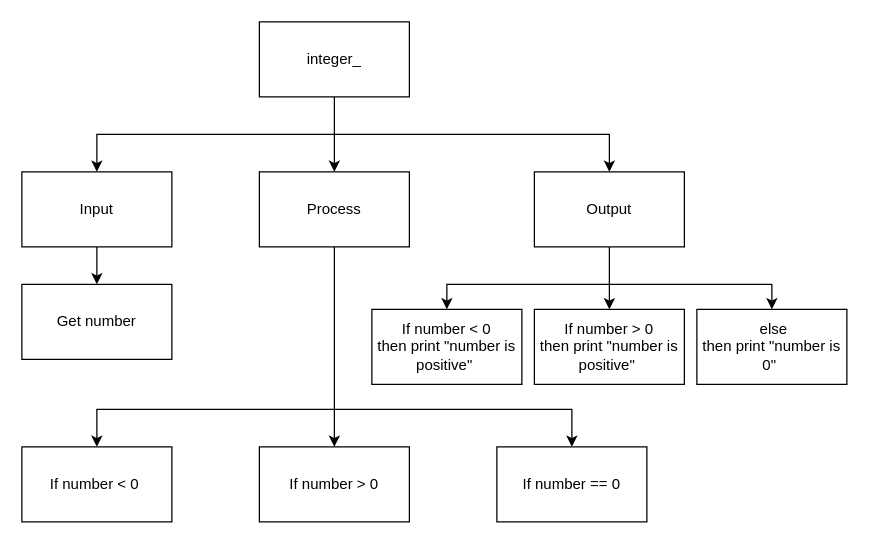
Above: topdown.drawio in Peter-Gemmell/ICS3U-Unit3-04-Python (draw.io), before the change. Source tidied: cells renumbered, new cells numbered last; positions are measured from the earlier drawing's top-left corner, leaving out a move shared by most shapes. Both pictures are drawn from the tidied source at 125%, with x=0, y=0 at pixel (21, 21).
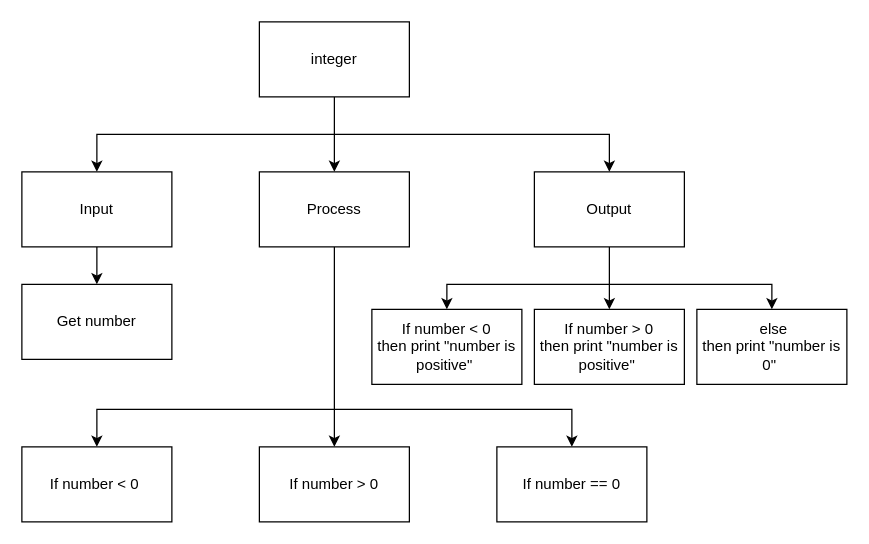
After the change.

What changed in the source:
```diff
@@
-    <mxCell id="5" value="integer_" style="rounded=0;whiteSpace=wrap;html=1;" parent="1" vertex="1">
+    <mxCell id="5" value="integer" style="rounded=0;whiteSpace=wrap;html=1;" parent="1" vertex="1">
       <mxGeometry x="190" width="120" height="60" as="geometry" />
     </mxCell>
```
